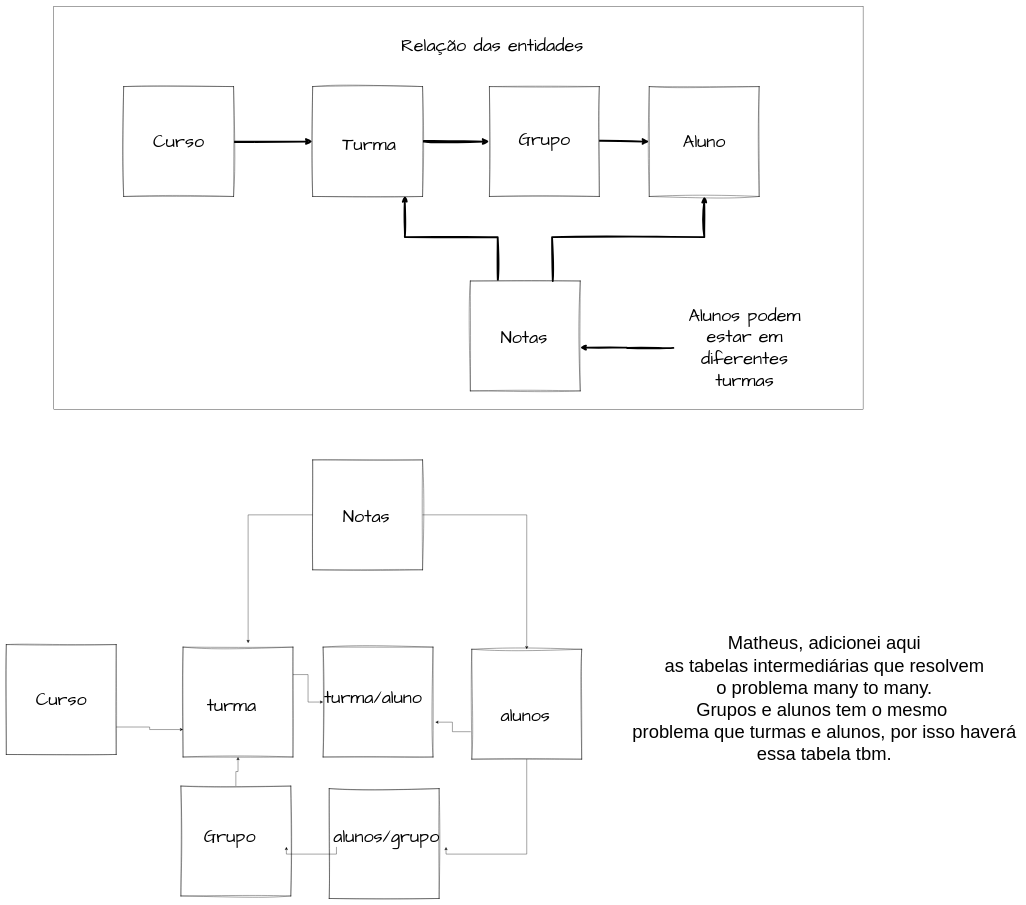
Above: page "Relação de entidade" (1 of 7) of TeamBee_API.drawio in MateusMSoares/RepositorioTeste (draw.io), before the change. Source tidied: cells renumbered, new cells numbered last; positions are measured from the earlier drawing's top-left corner, leaving out a move shared by most shapes. Both pictures are drawn from the tidied source at 36%, with x=0, y=0 at pixel (6, 6).
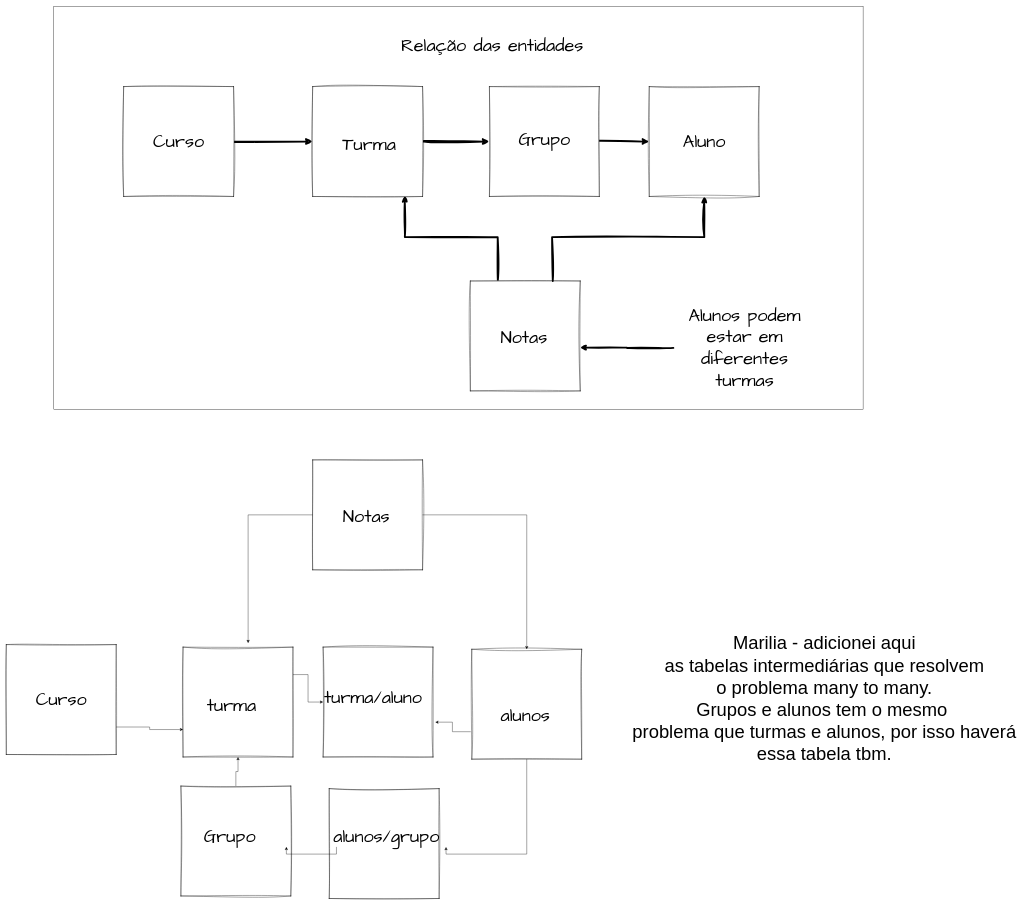
The same diagram, later.

Commit message (it also covers changes not shown here):
Adicionado telas de gestão de Turmas

Change to the diagram source:
```diff
@@
-    <mxCell id="51" value="&lt;font style=&quot;font-size: 51px;&quot;&gt;Matheus, adicionei aqui&lt;br&gt;as tabelas intermediárias que resolvem&lt;br&gt;o problema many to many.&lt;br&gt;Grupos e alunos tem o mesmo&amp;nbsp;&lt;br&gt;problema que turmas e alunos, por isso haverá&lt;br&gt;essa tabela tbm.&lt;br&gt;&lt;br&gt;&lt;/font&gt;" style="text;html=1;align=center;verticalAlign=middle;strokeColor=none;fillColor=none;" parent="1" vertex="1">
+    <mxCell id="51" value="&lt;font style=&quot;font-size: 51px;&quot;&gt;Marilia - adicionei aqui&lt;br&gt;as tabelas intermediárias que resolvem&lt;br&gt;o problema many to many.&lt;br&gt;Grupos e alunos tem o mesmo&amp;nbsp;&lt;br&gt;problema que turmas e alunos, por isso haverá&lt;br&gt;essa tabela tbm.&lt;br&gt;&lt;br&gt;&lt;/font&gt;" style="text;html=1;align=center;verticalAlign=middle;strokeColor=none;fillColor=none;" parent="1" vertex="1">
       <mxGeometry x="1730" y="1733" width="1084" height="440" as="geometry" />
     </mxCell>
```
